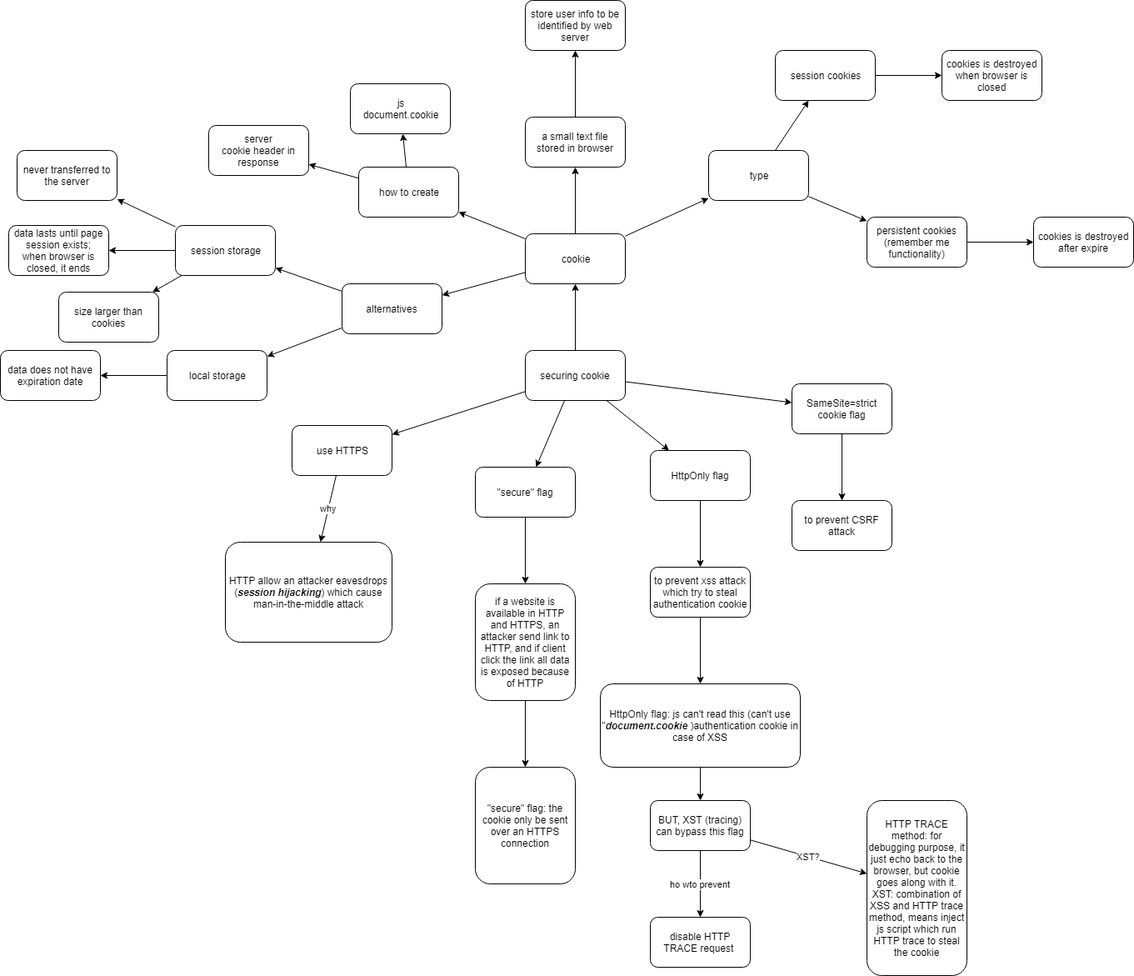
Before: cookie_concept.png, a diagram exported from draw.io (stsiwo/security_concept). Source tidied: cells renumbered, new cells last; positions are measured from the earlier drawing's top-left corner, leaving out a move shared by most shapes.
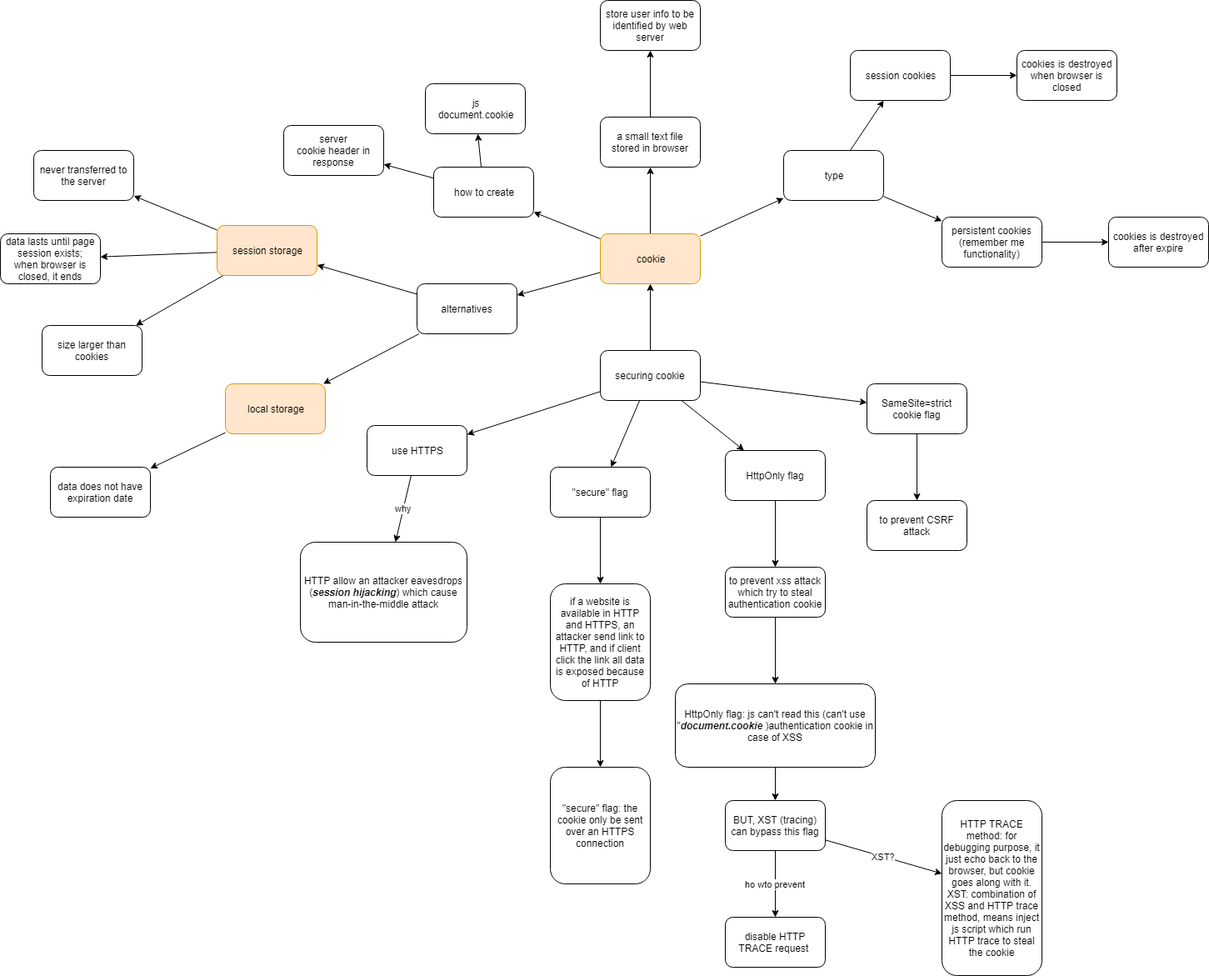
Later version of the same file.

Diff of the diagram source:
```diff
@@ -32,7 +32,7 @@
     <mxCell id="11" style="edgeStyle=none;rounded=0;html=1;jettySize=auto;" parent="1" edge="1" source="12" target="15">
       <mxGeometry relative="1" as="geometry" />
     </mxCell>
-    <mxCell id="12" value="cookie" style="rounded=1;whiteSpace=wrap;html=1;" parent="1" vertex="1">
+    <mxCell id="12" value="cookie" style="rounded=1;whiteSpace=wrap;html=1;fillColor=#ffe6cc;strokeColor=#d79b00;" parent="1" vertex="1">
       <mxGeometry x="630" y="280" width="120" height="60" as="geometry" />
     </mxCell>
     <mxCell id="13" style="edgeStyle=none;rounded=0;html=1;jettySize=auto;" parent="1" edge="1" source="15" target="22">
@@ -47,11 +47,11 @@
     <mxCell id="16" style="edgeStyle=none;rounded=0;html=1;jettySize=auto;" parent="1" edge="1" source="17" target="18">
       <mxGeometry relative="1" as="geometry" />
     </mxCell>
-    <mxCell id="17" value="local storage" style="rounded=1;whiteSpace=wrap;html=1;" parent="1" vertex="1">
-      <mxGeometry x="200" y="420" width="120" height="60" as="geometry" />
+    <mxCell id="17" value="local storage" style="rounded=1;whiteSpace=wrap;html=1;fillColor=#ffe6cc;strokeColor=#d79b00;" parent="1" vertex="1">
+      <mxGeometry x="180" y="460" width="120" height="60" as="geometry" />
     </mxCell>
     <mxCell id="18" value="data does not have expiration date" style="rounded=1;whiteSpace=wrap;html=1;" parent="1" vertex="1">
-      <mxGeometry y="420" width="120" height="60" as="geometry" />
+      <mxGeometry x="-30" y="560" width="120" height="60" as="geometry" />
     </mxCell>
     <mxCell id="19" style="edgeStyle=none;rounded=0;html=1;jettySize=auto;" parent="1" edge="1" source="22" target="25">
       <mxGeometry relative="1" as="geometry" />
@@ -62,17 +62,17 @@
     <mxCell id="21" style="edgeStyle=none;rounded=0;html=1;jettySize=auto;" parent="1" edge="1" source="22" target="23">
       <mxGeometry relative="1" as="geometry" />
     </mxCell>
-    <mxCell id="22" value="session storage" style="rounded=1;whiteSpace=wrap;html=1;" parent="1" vertex="1">
-      <mxGeometry x="210" y="270" width="120" height="60" as="geometry" />
+    <mxCell id="22" value="session storage" style="rounded=1;whiteSpace=wrap;html=1;fillColor=#ffe6cc;strokeColor=#d79b00;" parent="1" vertex="1">
+      <mxGeometry x="170" y="270" width="120" height="60" as="geometry" />
     </mxCell>
     <mxCell id="23" value="size larger than cookies" style="rounded=1;whiteSpace=wrap;html=1;" parent="1" vertex="1">
-      <mxGeometry x="70" y="350" width="120" height="60" as="geometry" />
+      <mxGeometry x="-40" y="390" width="120" height="60" as="geometry" />
     </mxCell>
     <mxCell id="24" value="never transferred to the server" style="rounded=1;whiteSpace=wrap;html=1;" parent="1" vertex="1">
-      <mxGeometry x="20" y="180" width="120" height="60" as="geometry" />
+      <mxGeometry x="-50" y="180" width="120" height="60" as="geometry" />
     </mxCell>
     <mxCell id="25" value="data lasts until page session exists;&lt;br&gt;when browser is closed, it ends&lt;br&gt;" style="rounded=1;whiteSpace=wrap;html=1;" parent="1" vertex="1">
-      <mxGeometry x="10" y="270" width="120" height="60" as="geometry" />
+      <mxGeometry x="-90" y="280" width="120" height="60" as="geometry" />
     </mxCell>
     <mxCell id="26" style="edgeStyle=none;rounded=0;html=1;jettySize=auto;" parent="1" edge="1" source="28" target="30">
       <mxGeometry relative="1" as="geometry" />
```
